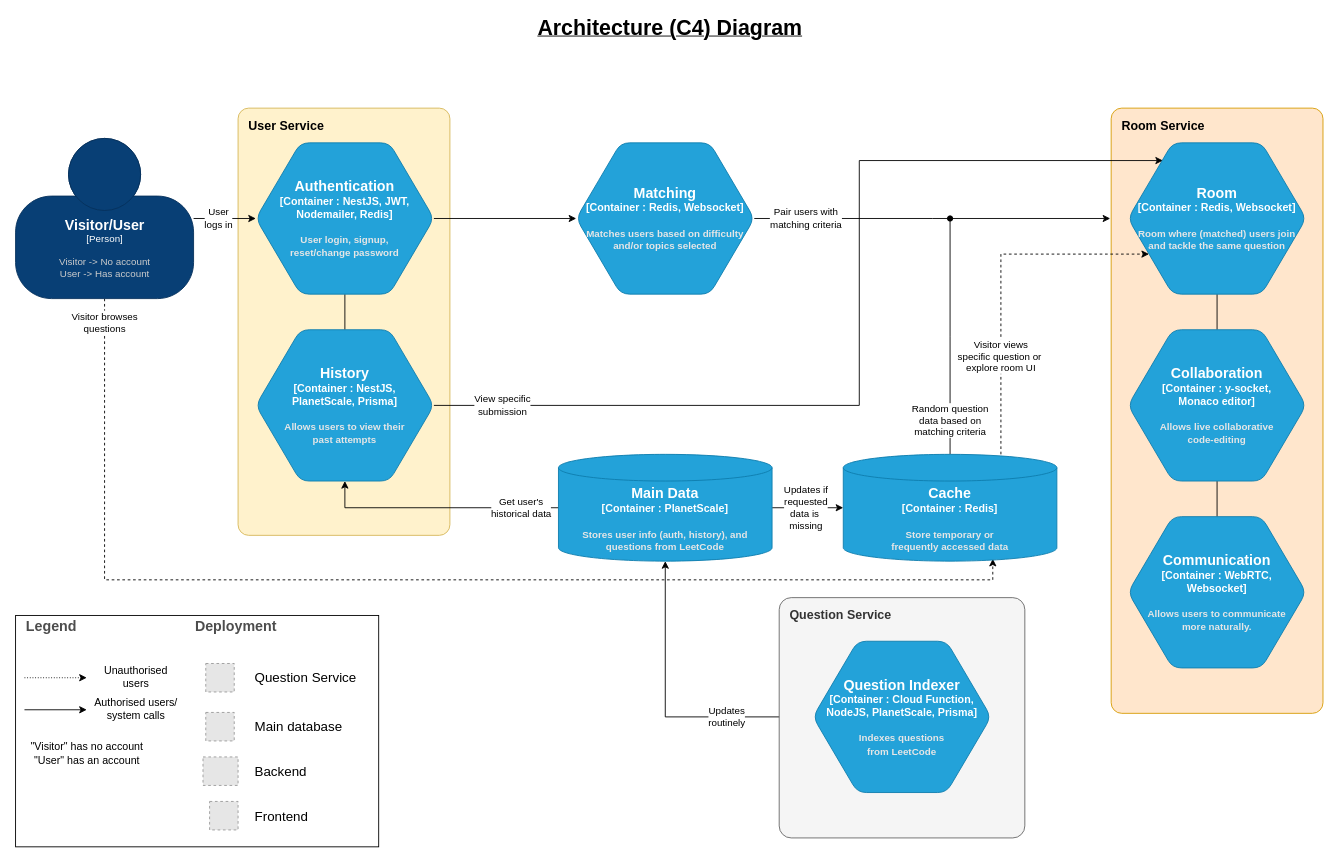
Above: docs/c4-diagram.drawio in CS3219-AY2223S1/cs3219-project-ay2223s1-g42 (draw.io), before the change. Source tidied: cells renumbered, new cells numbered last; positions are measured from the earlier drawing's top-left corner, leaving out a move shared by most shapes. Both pictures are drawn from the tidied source at 89%, with x=0, y=0 at pixel (15, 19). Pictures stored in the file or linked from it are replaced by grey dashed boxes.
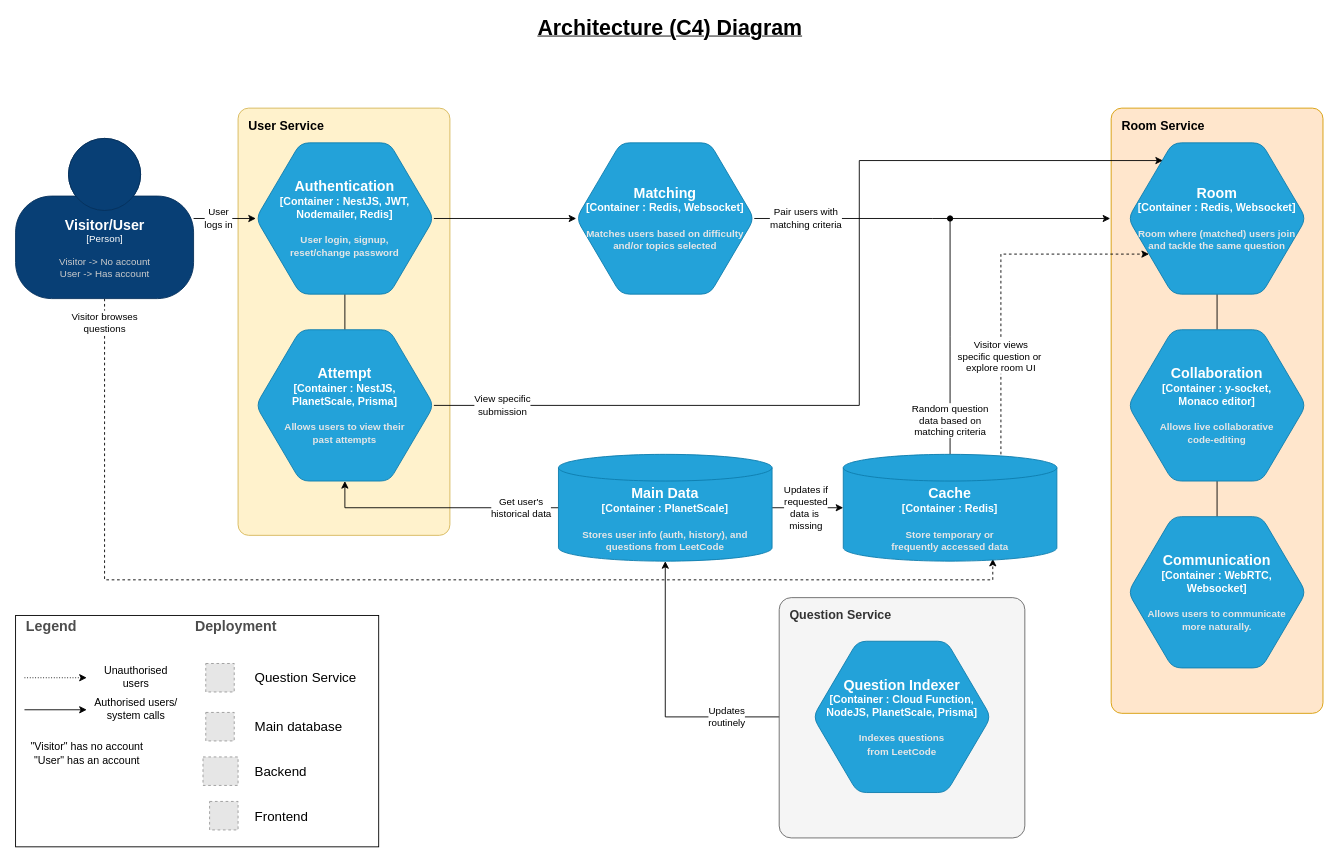
Above is the later version.

What changed in the source:
```diff
@@
-    <object id="20" label="&lt;font style=&quot;font-size: 16px&quot;&gt;&lt;b&gt;%c4Type%&lt;/font&gt;&lt;div&gt;[%c4Container%:&amp;nbsp;%c4Technology%]&lt;/div&gt;&lt;br&gt;&lt;div&gt;&lt;font style=&quot;font-size: 11px&quot;&gt;&lt;font color=&quot;#E6E6E6&quot;&gt;%c4Description%&lt;/font&gt;&lt;/div&gt;" c4Container="Container " c4Description="Allows users to view their &#10;past attempts" c4Technology="NestJS, &#10;PlanetScale, Prisma" c4Type="History" placeholders="1">
+    <object id="20" label="&lt;font style=&quot;font-size: 16px&quot;&gt;&lt;b&gt;%c4Type%&lt;/font&gt;&lt;div&gt;[%c4Container%:&amp;nbsp;%c4Technology%]&lt;/div&gt;&lt;br&gt;&lt;div&gt;&lt;font style=&quot;font-size: 11px&quot;&gt;&lt;font color=&quot;#E6E6E6&quot;&gt;%c4Description%&lt;/font&gt;&lt;/div&gt;" c4Container="Container " c4Description="Allows users to view their &#10;past attempts" c4Technology="NestJS, &#10;PlanetScale, Prisma" c4Type="Attempt" placeholders="1">
       <mxCell style="shape=hexagon;size=50;perimeter=hexagonPerimeter2;whiteSpace=wrap;html=1;fixedSize=1;rounded=1;labelBackgroundColor=none;fillColor=#23A2D9;fontSize=12;fontColor=#ffffff;align=center;strokeColor=#0E7DAD;points=[[0.5,0,0],[1,0.25,0],[1,0.5,0],[1,0.75,0],[0.5,1,0],[0,0.75,0],[0,0.5,0],[0,0.25,0]];" parent="1" vertex="1">
         <mxGeometry x="270" y="349" width="200" height="170" as="geometry" />
       </mxCell>
     </object>
```
